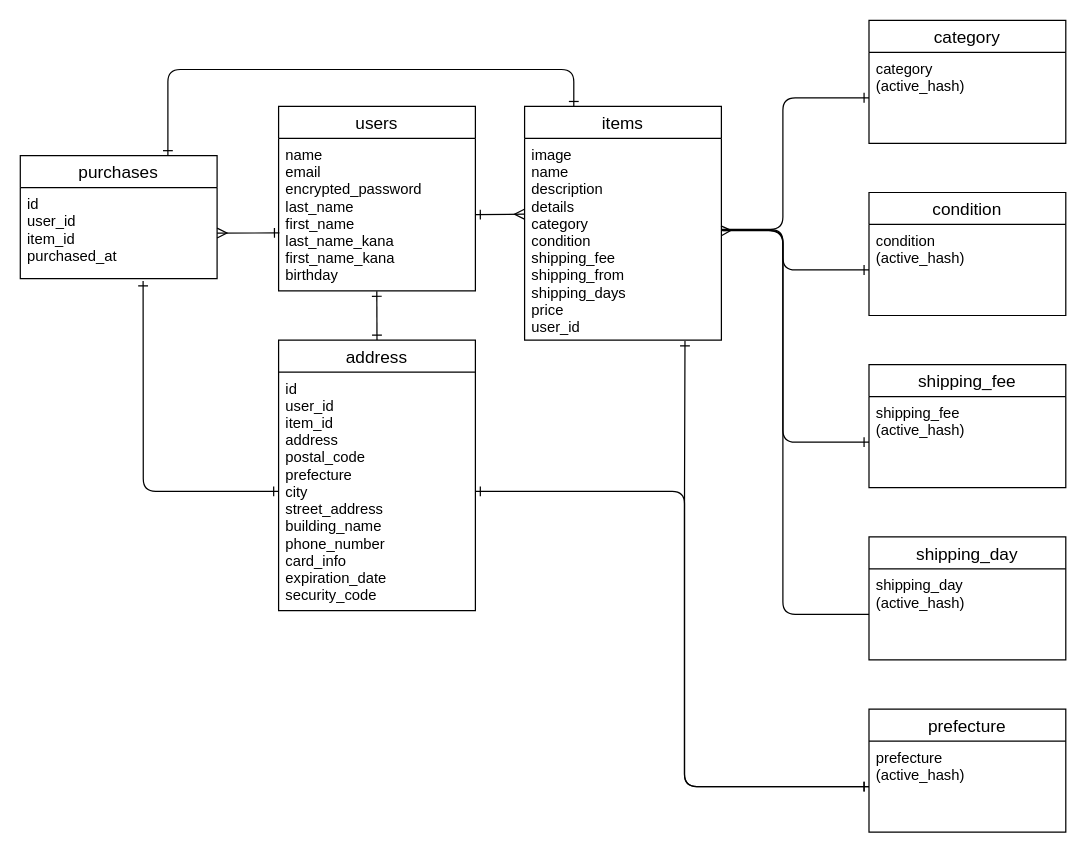
The draw.io diagram test.dio in sakimomo/furima-39901, before the edit. Source tidied: cells renumbered, new cells numbered last; positions are measured from the earlier drawing's top-left corner, leaving out a move shared by most shapes. Both pictures are drawn from the tidied source at 123%, with x=0, y=0 at pixel (20, 20).
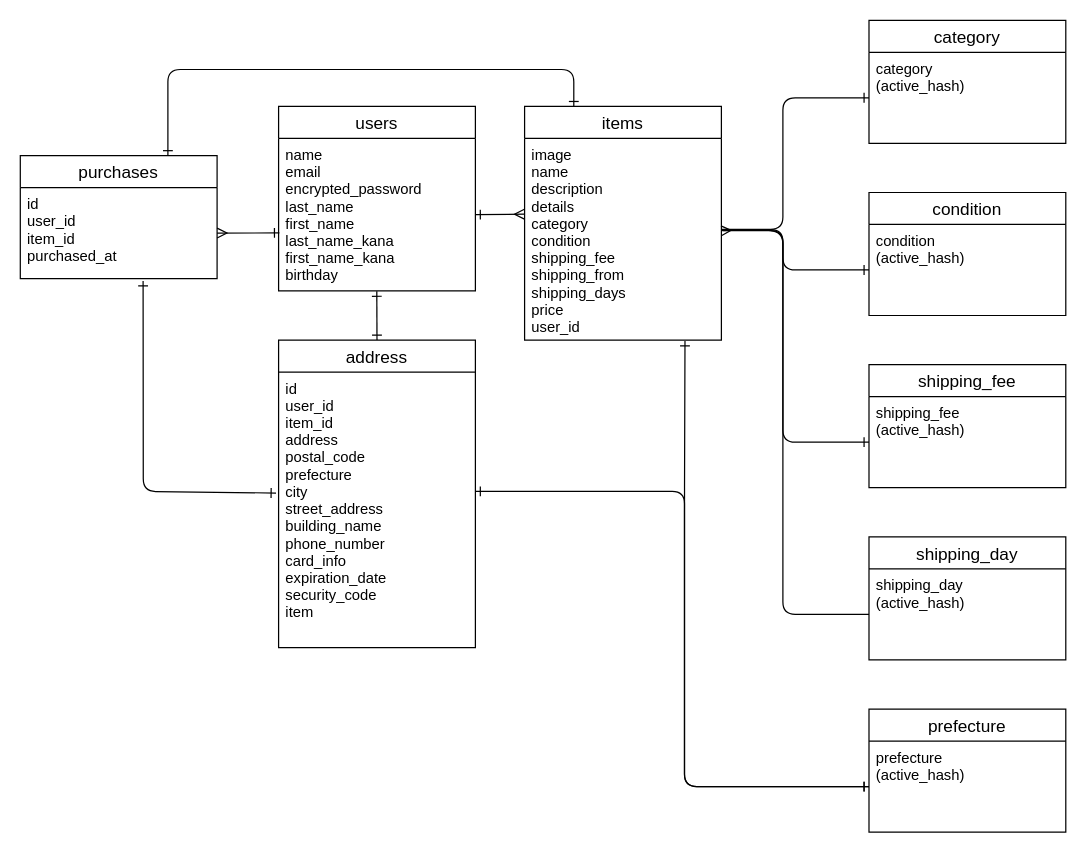
Above is the later version.

Commit message (it also covers changes not shown here):
データベース設計

The change refers to these unchanged cells:
```xml
<mxCell id="8" value="id&#10;user_id&#10;item_id&#10;purchased_at&#10;&#10;" style="text;strokeColor=none;fillColor=none;spacingLeft=4;spacingRight=4;overflow=hidden;points=[[0,0.5],[1,0.5]];portConstraint=eastwest;fontSize=12;" parent="7" vertex="1">
  <mxGeometry y="26" width="160" height="74" as="geometry" />
</mxCell>
<mxCell id="21" value="prefecture&#10;(active_hash)" style="text;strokeColor=none;fillColor=none;spacingLeft=4;spacingRight=4;overflow=hidden;points=[[0,0.5],[1,0.5]];portConstraint=eastwest;fontSize=12;" parent="20" vertex="1">
  <mxGeometry y="26" width="160" height="74" as="geometry" />
</mxCell>
```

The edit, as a diff of the source:
```diff
@@
     <mxCell id="10" value="address" style="swimlane;fontStyle=0;horizontal=1;startSize=26;align=center;fontSize=14;strokeColor=default;" parent="1" vertex="1">
-      <mxGeometry x="210" y="260" width="160" height="220" as="geometry" />
+      <mxGeometry x="210" y="260" width="160" height="250" as="geometry" />
     </mxCell>
-    <mxCell id="11" value="id&#10;user_id&#10;item_id&#10;address&#10;postal_code&#10;prefecture&#10;city&#10;street_address&#10;building_name&#10;phone_number&#10;card_info&#10;expiration_date&#10;security_code" style="text;strokeColor=none;fillColor=none;spacingLeft=4;spacingRight=4;overflow=hidden;points=[[0,0.5],[1,0.5]];portConstraint=eastwest;fontSize=12;" parent="10" vertex="1">
-      <mxGeometry y="26" width="160" height="194" as="geometry" />
+    <mxCell id="11" value="id&#10;user_id&#10;item_id&#10;address&#10;postal_code&#10;prefecture&#10;city&#10;street_address&#10;building_name&#10;phone_number&#10;card_info&#10;expiration_date&#10;security_code&#10;item" style="text;strokeColor=none;fillColor=none;spacingLeft=4;spacingRight=4;overflow=hidden;points=[[0,0.5],[1,0.5]];portConstraint=eastwest;fontSize=12;" parent="10" vertex="1">
+      <mxGeometry y="26" width="160" height="224" as="geometry" />
     </mxCell>
@@
-    <mxCell id="24" style="edgeStyle=none;sketch=0;html=1;exitX=0;exitY=0.5;exitDx=0;exitDy=0;entryX=0.624;entryY=1.026;entryDx=0;entryDy=0;entryPerimeter=0;strokeColor=default;fontColor=default;startArrow=ERone;startFill=0;endArrow=ERone;endFill=0;" parent="1" edge="1" source="11" target="8">
+    <mxCell id="24" style="edgeStyle=none;sketch=0;html=1;exitX=-0.013;exitY=0.439;exitDx=0;exitDy=0;entryX=0.624;entryY=1.026;entryDx=0;entryDy=0;entryPerimeter=0;strokeColor=default;fontColor=default;startArrow=ERone;startFill=0;endArrow=ERone;endFill=0;exitPerimeter=0;" parent="1" edge="1" source="11" target="8">
       <mxGeometry relative="1" as="geometry">
         <Array as="points">
           <mxPoint x="100" y="383" />
         </Array>
       </mxGeometry>
     </mxCell>
-    <mxCell id="25" style="edgeStyle=none;sketch=0;html=1;exitX=1;exitY=0.5;exitDx=0;exitDy=0;entryX=0;entryY=0.5;entryDx=0;entryDy=0;strokeColor=default;fontColor=default;startArrow=ERone;startFill=0;endArrow=ERone;endFill=0;" parent="1" edge="1" source="11" target="21">
+    <mxCell id="25" style="edgeStyle=none;sketch=0;html=1;entryX=0;entryY=0.5;entryDx=0;entryDy=0;strokeColor=default;fontColor=default;startArrow=ERone;startFill=0;endArrow=ERone;endFill=0;" parent="1" edge="1" target="21">
       <mxGeometry relative="1" as="geometry">
+        <mxPoint x="370" y="383" as="sourcePoint" />
         <Array as="points">
           <mxPoint x="540" y="383" />
           <mxPoint x="540" y="623" />
         </Array>
       </mxGeometry>
     </mxCell>
```
